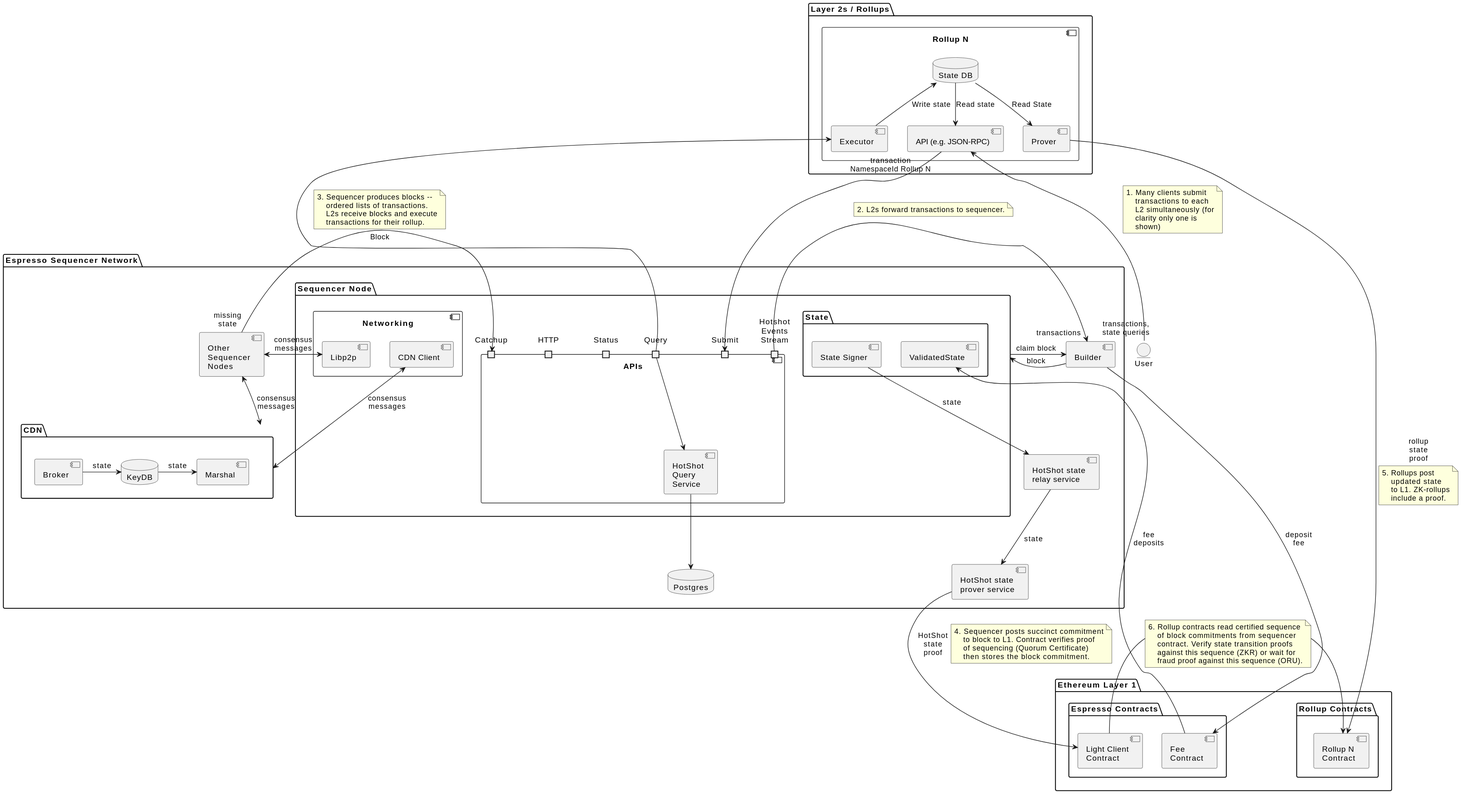
The PlantUML diagram doc/architecture.svg in EspressoSystems/espresso-sequencer, before a commit.
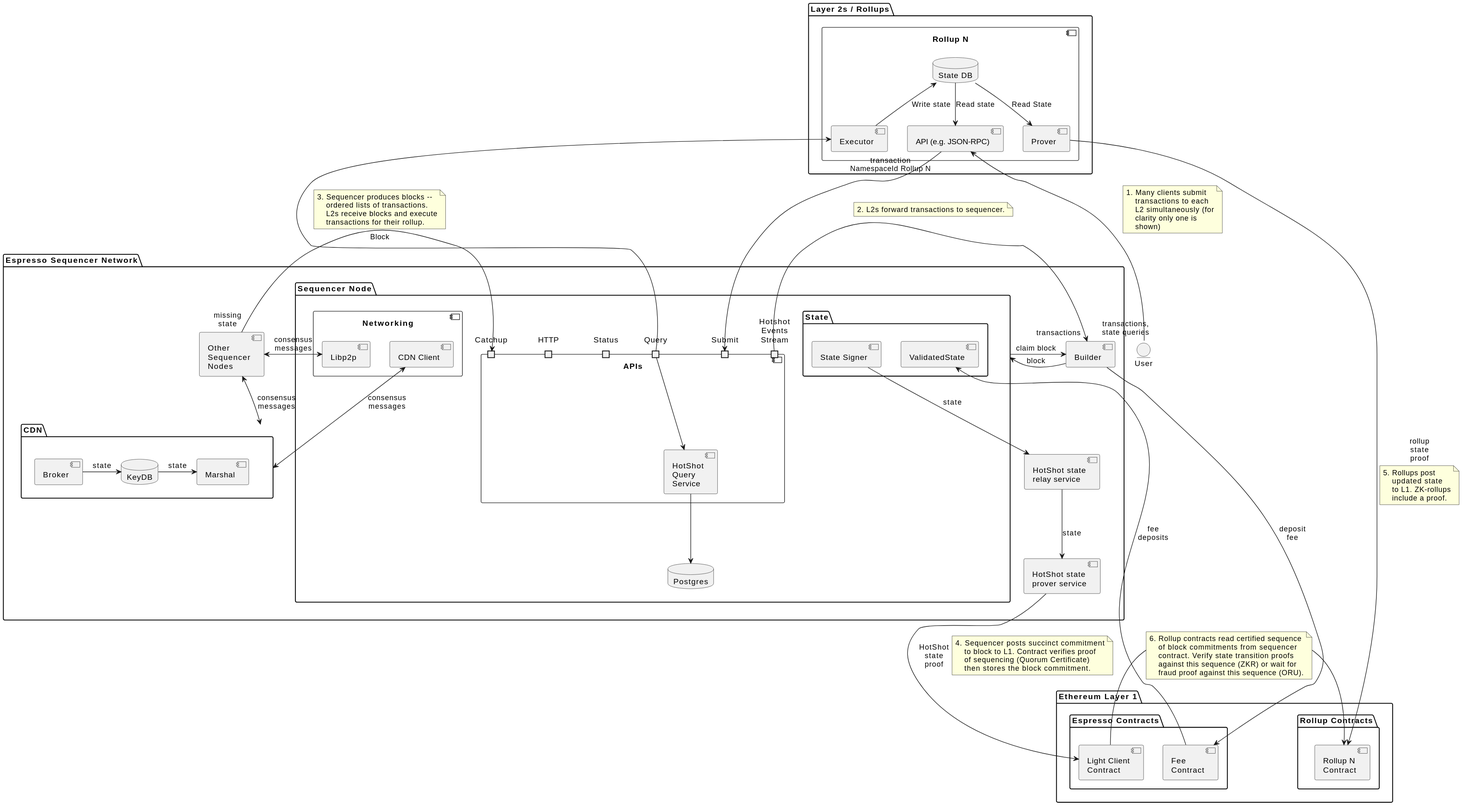
After the commit.

Commit message:
Move DB into sequencer node

Diff of the diagram source:
```diff
@@ -7,12 +7,12 @@
         database KeyDB
     }
 
-Broker -> KeyDB: state
-KeyDB -> Marshal: state
-Nodes <--> CDN: consensus\nmessages
+    Broker -> KeyDB: state
+    KeyDB -> Marshal: state
+    Nodes <--> CDN: consensus\nmessages
 
-    database "Postgres" as DB
     package "Sequencer Node" as Seq {
+        database "Postgres" as DB
         component "APIs" {
             port Catchup
             port HTTP
```
